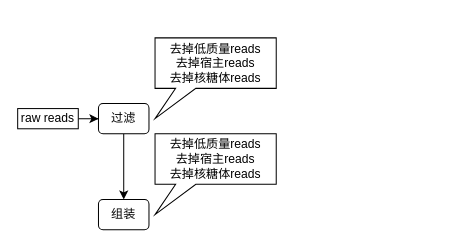
The draw.io diagram pathogen_find_pipeline.drawio in dailypartita/diagram-kaiti, before the edit. Source tidied: cells renumbered, new cells numbered last; positions are measured from the earlier drawing's top-left corner, leaving out a move shared by most shapes. Both pictures are drawn from the tidied source at 101%, with x=0, y=0 at pixel (17, 37).
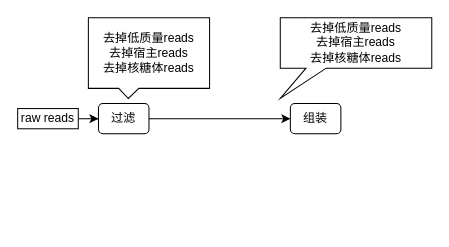
After the change.

The edit, as a diff of the source:
```diff
@@
 <mxGraphModel>
   <root>
     <mxCell id="0" />
     <mxCell id="1" parent="0" />
     <mxCell id="2" style="edgeStyle=orthogonalEdgeStyle;rounded=0;jettySize=auto;html=1;" parent="1" edge="1" source="3" target="4">
       <mxGeometry relative="1" as="geometry" />
     </mxCell>
     <mxCell id="3" value="过滤" style="rounded=1;whiteSpace=wrap;html=1;fontSize=12;glass=0;strokeWidth=1;shadow=0;" parent="1" vertex="1">
       <mxGeometry x="80" y="65" width="50" height="30" as="geometry" />
     </mxCell>
     <mxCell id="4" value="组装" style="rounded=1;whiteSpace=wrap;html=1;fontSize=12;glass=0;strokeWidth=1;shadow=0;" parent="1" vertex="1">
-      <mxGeometry x="80" y="160" width="50" height="30" as="geometry" />
+      <mxGeometry x="270" y="65" width="50" height="30" as="geometry" />
     </mxCell>
     <mxCell id="5" style="edgeStyle=orthogonalEdgeStyle;rounded=0;jettySize=auto;html=1;" parent="1" edge="1" source="6" target="3">
       <mxGeometry relative="1" as="geometry" />
     </mxCell>
     <mxCell id="6" value="raw reads" style="rounded=0;whiteSpace=wrap;html=1;" parent="1" vertex="1">
       <mxGeometry y="70" width="60" height="20" as="geometry" />
     </mxCell>
-    <mxCell id="7" value="去掉低质量reads&lt;br&gt;去掉宿主reads&lt;br&gt;去掉核糖体reads" style="shape=callout;whiteSpace=wrap;html=1;perimeter=calloutPerimeter;position2=0;size=30;position=0.17;" parent="1" vertex="1">
-      <mxGeometry x="136" width="120" height="80" as="geometry" />
+    <mxCell id="7" value="去掉低质量reads&lt;br&gt;去掉宿主reads&lt;br&gt;去掉核糖体reads" style="shape=callout;whiteSpace=wrap;html=1;perimeter=calloutPerimeter;position2=0.33;size=10;position=0.25;base=20;" parent="1" vertex="1">
+      <mxGeometry x="70" y="-20" width="120" height="80" as="geometry" />
     </mxCell>
     <mxCell id="8" value="去掉低质量reads&lt;br&gt;去掉宿主reads&lt;br&gt;去掉核糖体reads" style="shape=callout;whiteSpace=wrap;html=1;perimeter=calloutPerimeter;position2=0;size=30;position=0.17;" parent="1" vertex="1">
-      <mxGeometry x="136" y="95" width="120" height="80" as="geometry" />
+      <mxGeometry x="260" y="-20" width="150" height="80" as="geometry" />
     </mxCell>
   </root>
 </mxGraphModel>
```
